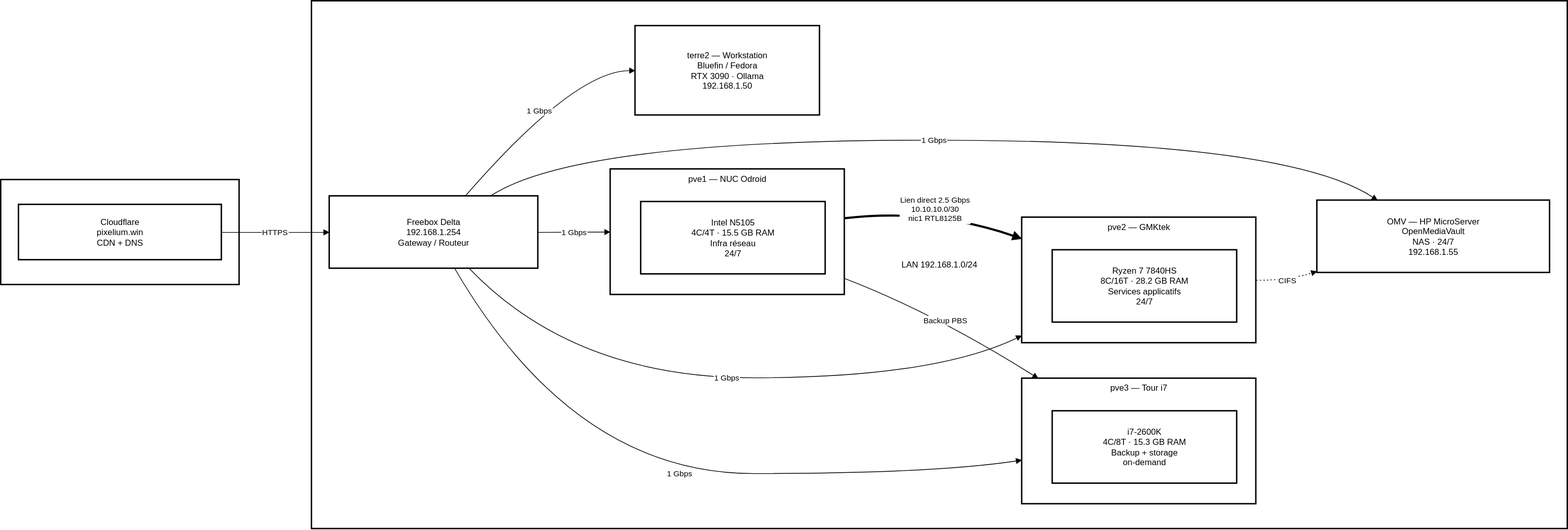
This is public/images/architecture-physique.svg from ferr079/pixelium-site, a draw.io export, as it was before one commit. Source tidied: cells renumbered, new cells last; positions are measured from the earlier drawing's top-left corner, leaving out a move shared by most shapes. Its diagram source:
```xml
<mxGraphModel>
  <root>
    <mxCell id="0" />
    <mxCell id="1" parent="0" />
    <mxCell id="2" value="LAN 192.168.1.0/24" style="whiteSpace=wrap;strokeWidth=2;" parent="1" vertex="1">
      <mxGeometry x="438" width="1770" height="744" as="geometry" />
    </mxCell>
    <mxCell id="3" value="pve3 — Tour i7" style="whiteSpace=wrap;strokeWidth=2;verticalAlign=top;" parent="1" vertex="1">
      <mxGeometry x="1439" y="532" width="330" height="177" as="geometry" />
    </mxCell>
    <mxCell id="4" value="i7-2600K&#10;4C/8T · 15.3 GB RAM&#10;Backup + storage&#10;on-demand" style="whiteSpace=wrap;strokeWidth=2;" parent="3" vertex="1">
      <mxGeometry x="43" y="46" width="260" height="102" as="geometry" />
    </mxCell>
    <mxCell id="5" value="pve2 — GMKtek" style="whiteSpace=wrap;strokeWidth=2;verticalAlign=top;" parent="1" vertex="1">
      <mxGeometry x="1439" y="305" width="330" height="177" as="geometry" />
    </mxCell>
    <mxCell id="6" value="Ryzen 7 7840HS&#10;8C/16T · 28.2 GB RAM&#10;Services applicatifs&#10;24/7" style="whiteSpace=wrap;strokeWidth=2;" parent="5" vertex="1">
      <mxGeometry x="43" y="46" width="260" height="102" as="geometry" />
    </mxCell>
    <mxCell id="7" value="pve1 — NUC Odroid" style="whiteSpace=wrap;strokeWidth=2;verticalAlign=top;" parent="1" vertex="1">
      <mxGeometry x="859" y="237" width="330" height="177" as="geometry" />
    </mxCell>
    <mxCell id="8" value="Intel N5105&#10;4C/4T · 15.5 GB RAM&#10;Infra réseau&#10;24/7" style="whiteSpace=wrap;strokeWidth=2;" parent="7" vertex="1">
      <mxGeometry x="43" y="46" width="260" height="102" as="geometry" />
    </mxCell>
    <mxCell id="9" value="Internet" style="whiteSpace=wrap;strokeWidth=2;" parent="1" vertex="1">
      <mxGeometry y="252" width="336" height="148" as="geometry" />
    </mxCell>
    <mxCell id="10" value="Cloudflare&#10;pixelium.win&#10;CDN + DNS" style="whiteSpace=wrap;strokeWidth=2;" parent="1" vertex="1">
      <mxGeometry x="25" y="287" width="286" height="78" as="geometry" />
    </mxCell>
    <mxCell id="11" value="Freebox Delta&#10;192.168.1.254&#10;Gateway / Routeur" style="whiteSpace=wrap;strokeWidth=2;" parent="1" vertex="1">
      <mxGeometry x="463" y="275" width="294" height="102" as="geometry" />
    </mxCell>
    <mxCell id="12" value="terre2 — Workstation&#10;Bluefin / Fedora&#10;RTX 3090 · Ollama&#10;192.168.1.50" style="whiteSpace=wrap;strokeWidth=2;" parent="1" vertex="1">
      <mxGeometry x="894" y="35" width="260" height="126" as="geometry" />
    </mxCell>
    <mxCell id="13" value="OMV — HP MicroServer&#10;OpenMediaVault&#10;NAS · 24/7&#10;192.168.1.55" style="whiteSpace=wrap;strokeWidth=2;" parent="1" vertex="1">
      <mxGeometry x="1855" y="281" width="328" height="102" as="geometry" />
    </mxCell>
    <mxCell id="14" value="HTTPS" style="curved=1;startArrow=none;endArrow=block;exitX=1;exitY=0.5;entryX=0;entryY=0.5;" parent="1" edge="1" source="10" target="11">
      <mxGeometry relative="1" as="geometry" />
    </mxCell>
    <mxCell id="15" value="1 Gbps" style="curved=1;startArrow=none;endArrow=block;exitX=0.65;exitY=0;entryX=0;entryY=0.5;" parent="1" edge="1" source="11" target="12">
      <mxGeometry relative="1" as="geometry">
        <Array as="points">
          <mxPoint x="808" y="98" />
        </Array>
      </mxGeometry>
    </mxCell>
    <mxCell id="16" value="1 Gbps" style="curved=1;startArrow=none;endArrow=block;exitX=0.77;exitY=0;entryX=0.26;entryY=0;" parent="1" edge="1" source="11" target="13">
      <mxGeometry relative="1" as="geometry">
        <Array as="points">
          <mxPoint x="808" y="196" />
          <mxPoint x="1812" y="196" />
        </Array>
      </mxGeometry>
    </mxCell>
    <mxCell id="17" value="1 Gbps" style="curved=1;startArrow=none;endArrow=block;exitX=1;exitY=0.5;entryX=0;entryY=0.5;" parent="1" edge="1" source="11" target="7">
      <mxGeometry relative="1" as="geometry" />
    </mxCell>
    <mxCell id="18" value="1 Gbps" style="curved=1;startArrow=none;endArrow=block;exitX=0.67;exitY=1;entryX=0;entryY=0.94;" parent="1" edge="1" source="11" target="5">
      <mxGeometry relative="1" as="geometry">
        <Array as="points">
          <mxPoint x="808" y="531" />
          <mxPoint x="1314" y="531" />
        </Array>
      </mxGeometry>
    </mxCell>
    <mxCell id="19" value="1 Gbps" style="curved=1;startArrow=none;endArrow=block;exitX=0.6;exitY=1;entryX=0;entryY=0.65;" parent="1" edge="1" source="11" target="3">
      <mxGeometry relative="1" as="geometry">
        <Array as="points">
          <mxPoint x="808" y="666" />
          <mxPoint x="1314" y="666" />
        </Array>
      </mxGeometry>
    </mxCell>
    <mxCell id="20" value="Lien direct 2.5 Gbps&#10;10.10.10.0/30&#10;nic1 RTL8125B" style="curved=1;startArrow=none;endArrow=block;strokeWidth=3;exitX=1;exitY=0.39;entryX=0;entryY=0.17;" parent="1" edge="1" source="7" target="5">
      <mxGeometry relative="1" as="geometry">
        <Array as="points">
          <mxPoint x="1314" y="292" />
        </Array>
      </mxGeometry>
    </mxCell>
    <mxCell id="21" value="CIFS" style="curved=1;dashed=1;dashPattern=2 3;startArrow=none;endArrow=block;exitX=1;exitY=0.5;entryX=0;entryY=0.98;" parent="1" edge="1" source="5" target="13">
      <mxGeometry relative="1" as="geometry">
        <Array as="points">
          <mxPoint x="1812" y="394" />
        </Array>
      </mxGeometry>
    </mxCell>
    <mxCell id="22" value="Backup PBS" style="curved=1;startArrow=none;endArrow=block;exitX=1;exitY=0.87;entryX=0.07;entryY=0;" parent="1" edge="1" source="7" target="3">
      <mxGeometry relative="1" as="geometry">
        <Array as="points">
          <mxPoint x="1314" y="439" />
        </Array>
      </mxGeometry>
    </mxCell>
  </root>
</mxGraphModel>
```
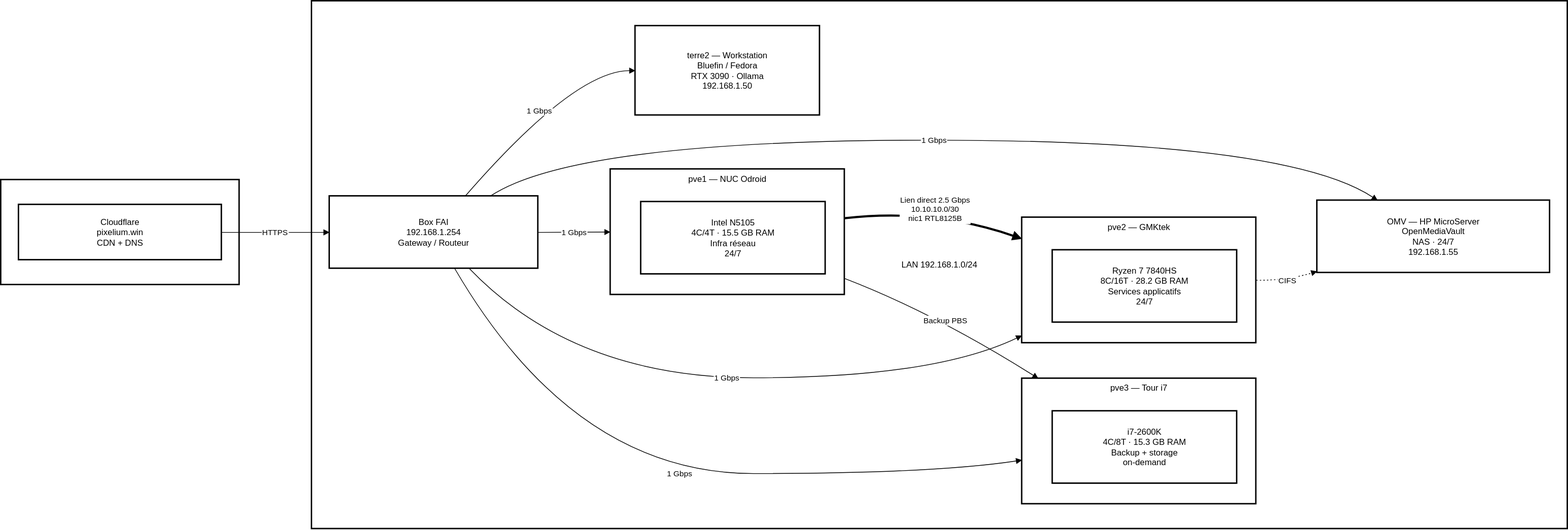
Later version of the same file.

Commit message:
scrub ISP box model name site-wide, slim the hero topology JSON

What changed in the source:
```diff
@@ -29,7 +29,7 @@
     <mxCell id="10" value="Cloudflare&#10;pixelium.win&#10;CDN + DNS" style="whiteSpace=wrap;strokeWidth=2;" parent="1" vertex="1">
       <mxGeometry x="25" y="287" width="286" height="78" as="geometry" />
     </mxCell>
-    <mxCell id="11" value="Freebox Delta&#10;192.168.1.254&#10;Gateway / Routeur" style="whiteSpace=wrap;strokeWidth=2;" parent="1" vertex="1">
+    <mxCell id="11" value="Box FAI&#10;192.168.1.254&#10;Gateway / Routeur" style="whiteSpace=wrap;strokeWidth=2;" parent="1" vertex="1">
       <mxGeometry x="463" y="275" width="294" height="102" as="geometry" />
     </mxCell>
     <mxCell id="12" value="terre2 — Workstation&#10;Bluefin / Fedora&#10;RTX 3090 · Ollama&#10;192.168.1.50" style="whiteSpace=wrap;strokeWidth=2;" parent="1" vertex="1">
```
